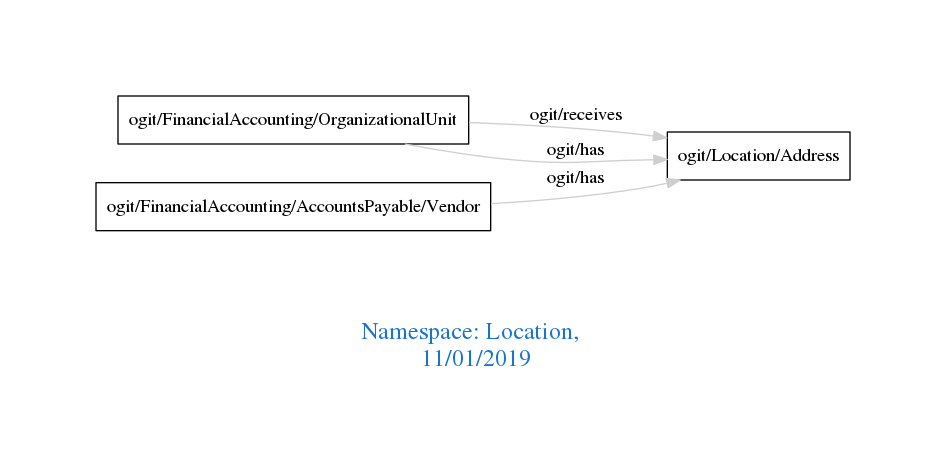
The Graphviz diagram downloads/Location.png in arago/OGIT, before a commit. Its source is kept beside it as downloads/Location.dot.
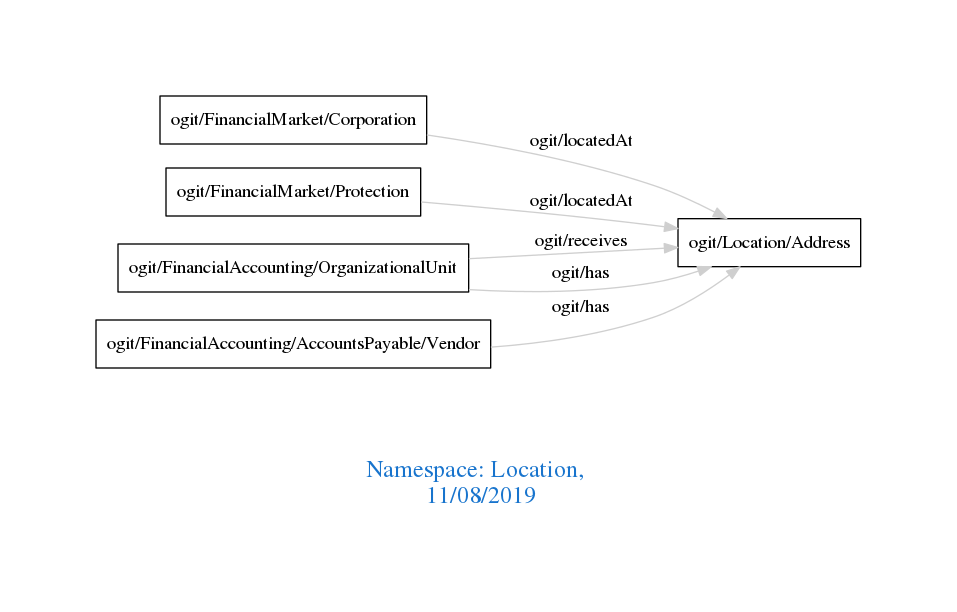
The same diagram one commit later.

Diff of the diagram source:
```diff
@@ -1,10 +1,12 @@
 digraph OGIT_ontology {
  graph [ rankdir= LR,pad=1
 fontsize = 18,
-fontcolor= dodgerblue3,label = "\n\n\nNamespace: Location, \n 11/01/2019"];
+fontcolor= dodgerblue3,label = "\n\n\nNamespace: Location, \n 11/08/2019"];
 node[shape=polygon];
 edge [  color="gray81"];
 
+   "ogit/FinancialMarket/Corporation" -> "ogit/Location/Address" [label="   ogit/locatedAt    "];
+   "ogit/FinancialMarket/Protection" -> "ogit/Location/Address" [label="   ogit/locatedAt    "];
    "ogit/FinancialAccounting/OrganizationalUnit" -> "ogit/Location/Address" [label="   ogit/receives    "];
    "ogit/FinancialAccounting/AccountsPayable/Vendor" -> "ogit/Location/Address" [label="   ogit/has    "];
    "ogit/FinancialAccounting/OrganizationalUnit" -> "ogit/Location/Address" [label="   ogit/has    "];
```
